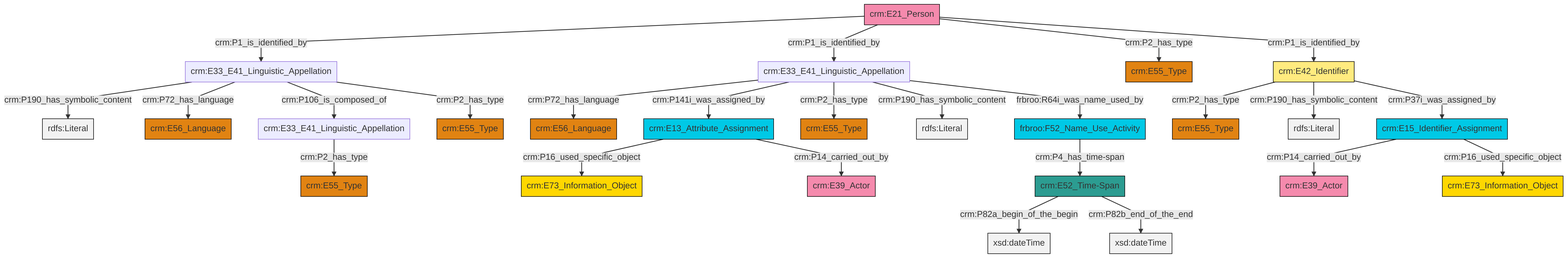
Above: et/personCSV/ttl/mmd/png/Person_Names_and_Classification.png in swiss-art-research-net/reference-data-models (Mermaid), before the change. Its source is kept beside it as et/personCSV/ttl/mmd/Person_Names_and_Classification.ttl.mmd.
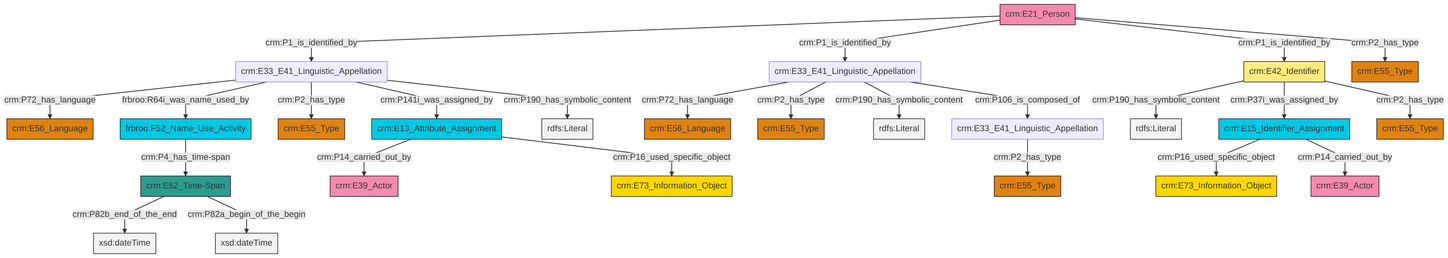
The same file after the commit.

Change to the diagram source:
```diff
@@ -13,27 +13,27 @@
 classDef PC_Classes fill:#4ce600, stroke:#000000;
 classDef Multi fill:#cccccc,stroke:#000000;
 
-2["crm:E15_Identifier_Assignment"]:::Temporal_Entity -->|crm:P14_carried_out_by| 3["crm:E39_Actor"]:::Actor
-6["crm:E33_E41_Linguistic_Appellation"]:::Default -->|crm:P72_has_language| 4["crm:E56_Language"]:::Type
-6["crm:E33_E41_Linguistic_Appellation"]:::Default -->|crm:P141i_was_assigned_by| 11["crm:E13_Attribute_Assignment"]:::Temporal_Entity
-9["crm:E42_Identifier"]:::Appellation -->|crm:P2_has_type| 16["crm:E55_Type"]:::Type
-9["crm:E42_Identifier"]:::Appellation -->|crm:P190_has_symbolic_content| 18[rdfs:Literal]:::Literal
-6["crm:E33_E41_Linguistic_Appellation"]:::Default -->|crm:P2_has_type| 19["crm:E55_Type"]:::Type
-12["crm:E33_E41_Linguistic_Appellation"]:::Default -->|crm:P190_has_symbolic_content| 20[rdfs:Literal]:::Literal
-2["crm:E15_Identifier_Assignment"]:::Temporal_Entity -->|crm:P16_used_specific_object| 21["crm:E73_Information_Object"]:::Conceptual_Object
-0["crm:E21_Person"]:::Actor -->|crm:P1_is_identified_by| 12["crm:E33_E41_Linguistic_Appellation"]:::Default
-11["crm:E13_Attribute_Assignment"]:::Temporal_Entity -->|crm:P16_used_specific_object| 26["crm:E73_Information_Object"]:::Conceptual_Object
-0["crm:E21_Person"]:::Actor -->|crm:P1_is_identified_by| 6["crm:E33_E41_Linguistic_Appellation"]:::Default
-12["crm:E33_E41_Linguistic_Appellation"]:::Default -->|crm:P72_has_language| 30["crm:E56_Language"]:::Type
-0["crm:E21_Person"]:::Actor -->|crm:P2_has_type| 7["crm:E55_Type"]:::Type
-12["crm:E33_E41_Linguistic_Appellation"]:::Default -->|crm:P106_is_composed_of| 31["crm:E33_E41_Linguistic_Appellation"]:::Default
-27["crm:E52_Time-Span"]:::Time-Span -->|crm:P82a_begin_of_the_begin| 35[xsd:dateTime]:::Literal
-12["crm:E33_E41_Linguistic_Appellation"]:::Default -->|crm:P2_has_type| 14["crm:E55_Type"]:::Type
-9["crm:E42_Identifier"]:::Appellation -->|crm:P37i_was_assigned_by| 2["crm:E15_Identifier_Assignment"]:::Temporal_Entity
-11["crm:E13_Attribute_Assignment"]:::Temporal_Entity -->|crm:P14_carried_out_by| 22["crm:E39_Actor"]:::Actor
-31["crm:E33_E41_Linguistic_Appellation"]:::Default -->|crm:P2_has_type| 33["crm:E55_Type"]:::Type
-6["crm:E33_E41_Linguistic_Appellation"]:::Default -->|crm:P190_has_symbolic_content| 39[rdfs:Literal]:::Literal
-27["crm:E52_Time-Span"]:::Time-Span -->|crm:P82b_end_of_the_end| 40[xsd:dateTime]:::Literal
-37["frbroo:F52_Name_Use_Activity"]:::Temporal_Entity -->|crm:P4_has_time-span| 27["crm:E52_Time-Span"]:::Time-Span
-0["crm:E21_Person"]:::Actor -->|crm:P1_is_identified_by| 9["crm:E42_Identifier"]:::Appellation
-6["crm:E33_E41_Linguistic_Appellation"]:::Default -->|frbroo:R64i_was_name_used_by| 37["frbroo:F52_Name_Use_Activity"]:::Temporal_Entity
+0["crm:E33_E41_Linguistic_Appellation"]:::Default -->|crm:P72_has_language| 1["crm:E56_Language"]:::Type
+4["crm:E13_Attribute_Assignment"]:::Temporal_Entity -->|crm:P14_carried_out_by| 5["crm:E39_Actor"]:::Actor
+8["crm:E21_Person"]:::Actor -->|crm:P1_is_identified_by| 0["crm:E33_E41_Linguistic_Appellation"]:::Default
+11["crm:E52_Time-Span"]:::Time-Span -->|crm:P82b_end_of_the_end| 12[xsd:dateTime]:::Literal
+6["crm:E33_E41_Linguistic_Appellation"]:::Default -->|crm:P72_has_language| 13["crm:E56_Language"]:::Type
+9["crm:E33_E41_Linguistic_Appellation"]:::Default -->|crm:P2_has_type| 14["crm:E55_Type"]:::Type
+15["crm:E42_Identifier"]:::Appellation -->|crm:P190_has_symbolic_content| 16[rdfs:Literal]:::Literal
+0["crm:E33_E41_Linguistic_Appellation"]:::Default -->|frbroo:R64i_was_name_used_by| 20["frbroo:F52_Name_Use_Activity"]:::Temporal_Entity
+8["crm:E21_Person"]:::Actor -->|crm:P1_is_identified_by| 6["crm:E33_E41_Linguistic_Appellation"]:::Default
+0["crm:E33_E41_Linguistic_Appellation"]:::Default -->|crm:P2_has_type| 23["crm:E55_Type"]:::Type
+6["crm:E33_E41_Linguistic_Appellation"]:::Default -->|crm:P2_has_type| 25["crm:E55_Type"]:::Type
+15["crm:E42_Identifier"]:::Appellation -->|crm:P37i_was_assigned_by| 26["crm:E15_Identifier_Assignment"]:::Temporal_Entity
+4["crm:E13_Attribute_Assignment"]:::Temporal_Entity -->|crm:P16_used_specific_object| 21["crm:E73_Information_Object"]:::Conceptual_Object
+26["crm:E15_Identifier_Assignment"]:::Temporal_Entity -->|crm:P16_used_specific_object| 29["crm:E73_Information_Object"]:::Conceptual_Object
+6["crm:E33_E41_Linguistic_Appellation"]:::Default -->|crm:P190_has_symbolic_content| 35[rdfs:Literal]:::Literal
+11["crm:E52_Time-Span"]:::Time-Span -->|crm:P82a_begin_of_the_begin| 36[xsd:dateTime]:::Literal
+20["frbroo:F52_Name_Use_Activity"]:::Temporal_Entity -->|crm:P4_has_time-span| 11["crm:E52_Time-Span"]:::Time-Span
+8["crm:E21_Person"]:::Actor -->|crm:P1_is_identified_by| 15["crm:E42_Identifier"]:::Appellation
+0["crm:E33_E41_Linguistic_Appellation"]:::Default -->|crm:P141i_was_assigned_by| 4["crm:E13_Attribute_Assignment"]:::Temporal_Entity
+6["crm:E33_E41_Linguistic_Appellation"]:::Default -->|crm:P106_is_composed_of| 9["crm:E33_E41_Linguistic_Appellation"]:::Default
+26["crm:E15_Identifier_Assignment"]:::Temporal_Entity -->|crm:P14_carried_out_by| 2["crm:E39_Actor"]:::Actor
+8["crm:E21_Person"]:::Actor -->|crm:P2_has_type| 33["crm:E55_Type"]:::Type
+15["crm:E42_Identifier"]:::Appellation -->|crm:P2_has_type| 17["crm:E55_Type"]:::Type
+0["crm:E33_E41_Linguistic_Appellation"]:::Default -->|crm:P190_has_symbolic_content| 46[rdfs:Literal]:::Literal
```
